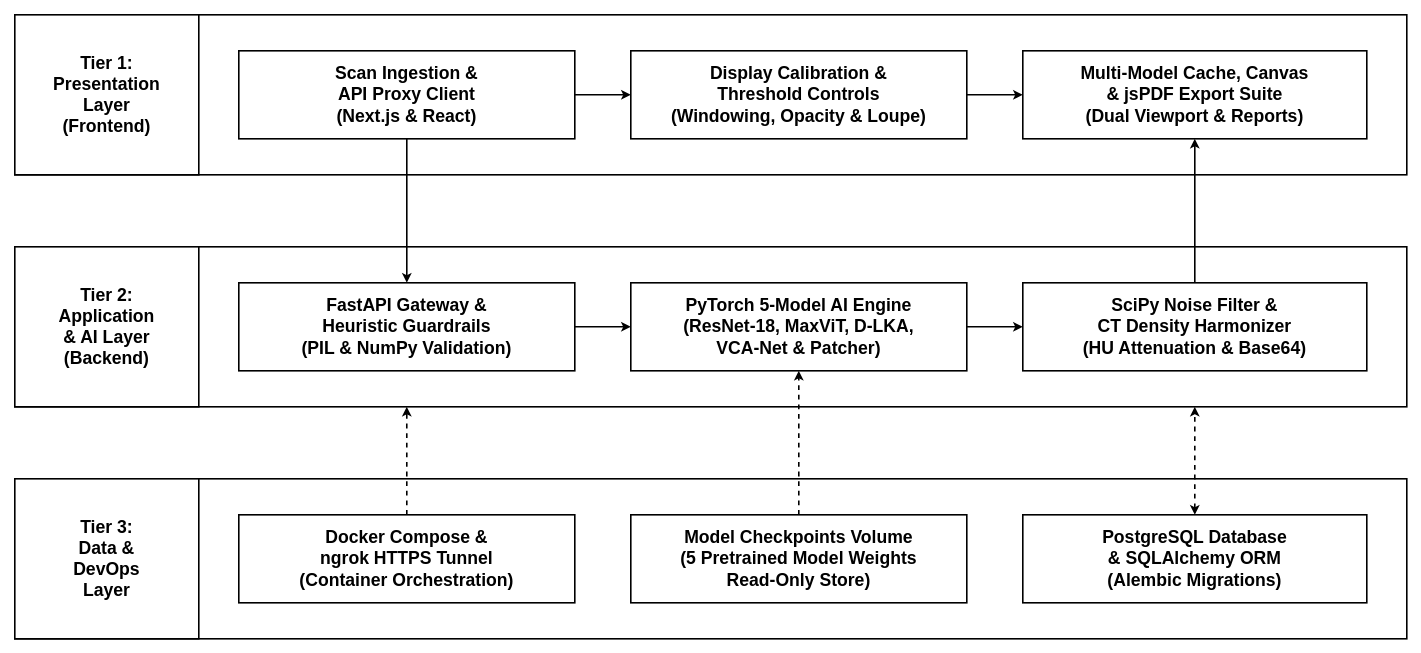
This is 04-nu-stroke-scan-master-architecture.drawio from Cell1991/nu-stroke-scan, a draw.io file, before an edit. Source tidied: cells renumbered, new cells numbered last; positions are measured from the earlier drawing's top-left corner, leaving out a move shared by most shapes. Both pictures are drawn from the tidied source at 80%, with x=0, y=0 at pixel (14, 14).
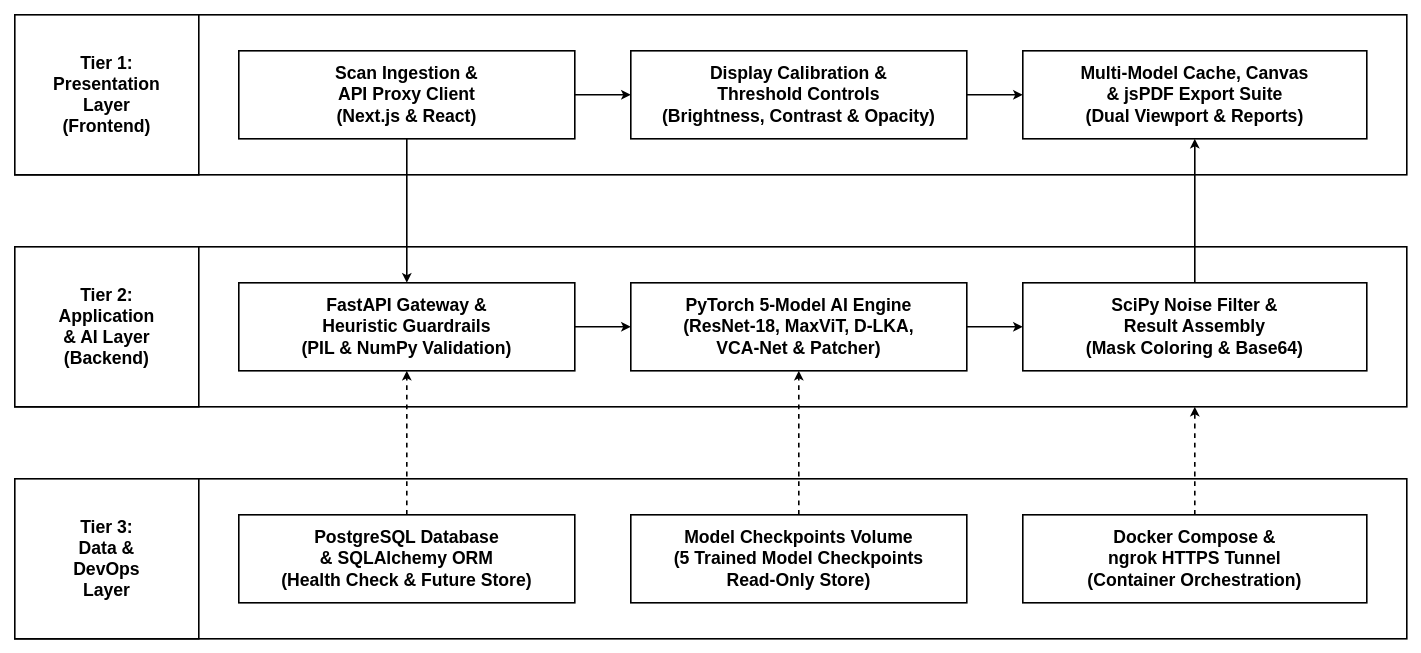
The same page after the edit.

The change refers to these unchanged cells:
```xml
<mxCell id="7" style="rounded=0;whiteSpace=wrap;html=1;fillColor=#FFFFFF;strokeColor=#000000;strokeWidth=2;" parent="1" vertex="1">
  <mxGeometry y="290" width="1740" height="200" as="geometry" />
</mxCell>
<mxCell id="9" value="FastAPI Gateway &amp;&#10;Heuristic Guardrails&#10;(PIL &amp; NumPy Validation)" style="rounded=0;whiteSpace=wrap;html=1;fillColor=#FFFFFF;strokeColor=#000000;strokeWidth=2;fontColor=#000000;fontFamily=Arial,Helvetica,sans-serif;fontStyle=1;fontSize=22;" parent="1" vertex="1">
  <mxGeometry x="280" y="335" width="420" height="110" as="geometry" />
</mxCell>
```

What changed in the source:
```diff
@@
-    <mxCell id="5" value="Display Calibration &amp;&#10;Threshold Controls&#10;(Windowing, Opacity &amp; Loupe)" style="rounded=0;whiteSpace=wrap;html=1;fillColor=#FFFFFF;strokeColor=#000000;strokeWidth=2;fontColor=#000000;fontFamily=Arial,Helvetica,sans-serif;fontStyle=1;fontSize=22;" parent="1" vertex="1">
+    <mxCell id="5" value="Display Calibration &amp;&#10;Threshold Controls&#10;(Brightness, Contrast &amp; Opacity)" style="rounded=0;whiteSpace=wrap;html=1;fillColor=#FFFFFF;strokeColor=#000000;strokeWidth=2;fontColor=#000000;fontFamily=Arial,Helvetica,sans-serif;fontStyle=1;fontSize=22;" parent="1" vertex="1">
       <mxGeometry x="770" y="45" width="420" height="110" as="geometry" />
     </mxCell>
@@
-    <mxCell id="11" value="SciPy Noise Filter &amp;&#10;CT Density Harmonizer&#10;(HU Attenuation &amp; Base64)" style="rounded=0;whiteSpace=wrap;html=1;fillColor=#FFFFFF;strokeColor=#000000;strokeWidth=2;fontColor=#000000;fontFamily=Arial,Helvetica,sans-serif;fontStyle=1;fontSize=22;" parent="1" vertex="1">
+    <mxCell id="11" value="SciPy Noise Filter &amp;&#10;Result Assembly&#10;(Mask Coloring &amp; Base64)" style="rounded=0;whiteSpace=wrap;html=1;fillColor=#FFFFFF;strokeColor=#000000;strokeWidth=2;fontColor=#000000;fontFamily=Arial,Helvetica,sans-serif;fontStyle=1;fontSize=22;" parent="1" vertex="1">
       <mxGeometry x="1260" y="335" width="430" height="110" as="geometry" />
     </mxCell>
@@
-    <mxCell id="14" value="Docker Compose &amp;&#10;ngrok HTTPS Tunnel&#10;(Container Orchestration)" style="rounded=0;whiteSpace=wrap;html=1;fillColor=#FFFFFF;strokeColor=#000000;strokeWidth=2;fontColor=#000000;fontFamily=Arial,Helvetica,sans-serif;fontStyle=1;fontSize=22;" parent="1" vertex="1">
+    <mxCell id="14" value="PostgreSQL Database&#10;&amp; SQLAlchemy ORM&#10;(Health Check &amp; Future Store)" style="rounded=0;whiteSpace=wrap;html=1;fillColor=#FFFFFF;strokeColor=#000000;strokeWidth=2;fontColor=#000000;fontFamily=Arial,Helvetica,sans-serif;fontStyle=1;fontSize=22;" parent="1" vertex="1">
       <mxGeometry x="280" y="625" width="420" height="110" as="geometry" />
     </mxCell>
-    <mxCell id="15" value="Model Checkpoints Volume&#10;(5 Pretrained Model Weights&#10;Read-Only Store)" style="rounded=0;whiteSpace=wrap;html=1;fillColor=#FFFFFF;strokeColor=#000000;strokeWidth=2;fontColor=#000000;fontFamily=Arial,Helvetica,sans-serif;fontStyle=1;fontSize=22;" parent="1" vertex="1">
+    <mxCell id="15" value="Model Checkpoints Volume&#10;(5 Trained Model Checkpoints&#10;Read-Only Store)" style="rounded=0;whiteSpace=wrap;html=1;fillColor=#FFFFFF;strokeColor=#000000;strokeWidth=2;fontColor=#000000;fontFamily=Arial,Helvetica,sans-serif;fontStyle=1;fontSize=22;" parent="1" vertex="1">
       <mxGeometry x="770" y="625" width="420" height="110" as="geometry" />
     </mxCell>
-    <mxCell id="16" value="PostgreSQL Database&#10;&amp; SQLAlchemy ORM&#10;(Alembic Migrations)" style="rounded=0;whiteSpace=wrap;html=1;fillColor=#FFFFFF;strokeColor=#000000;strokeWidth=2;fontColor=#000000;fontFamily=Arial,Helvetica,sans-serif;fontStyle=1;fontSize=22;" parent="1" vertex="1">
+    <mxCell id="16" value="Docker Compose &amp;&#10;ngrok HTTPS Tunnel&#10;(Container Orchestration)" style="rounded=0;whiteSpace=wrap;html=1;fillColor=#FFFFFF;strokeColor=#000000;strokeWidth=2;fontColor=#000000;fontFamily=Arial,Helvetica,sans-serif;fontStyle=1;fontSize=22;" parent="1" vertex="1">
       <mxGeometry x="1260" y="625" width="430" height="110" as="geometry" />
     </mxCell>
@@
-    <mxCell id="23" style="edgeStyle=orthogonalEdgeStyle;rounded=0;jettySize=auto;html=1;strokeColor=#000000;strokeWidth=2;dashed=1;exitX=0.5;exitY=0;exitDx=0;exitDy=0;entryX=0.2816;entryY=1;entryDx=0;entryDy=0;entryPerimeter=0;" parent="1" edge="1" source="14" target="7">
+    <mxCell id="23" style="edgeStyle=orthogonalEdgeStyle;rounded=0;jettySize=auto;html=1;strokeColor=#000000;strokeWidth=2;dashed=1;exitX=0.5;exitY=0;exitDx=0;exitDy=0;entryX=0.5;entryY=1;entryDx=0;entryDy=0;" parent="1" edge="1" source="14" target="9">
       <mxGeometry relative="1" as="geometry" />
     </mxCell>
@@
-    <mxCell id="25" style="edgeStyle=orthogonalEdgeStyle;rounded=0;jettySize=auto;html=1;strokeColor=#000000;strokeWidth=2;dashed=1;startArrow=classic;endArrow=classic;exitX=0.5;exitY=0;exitDx=0;exitDy=0;entryX=0.8477;entryY=1;entryDx=0;entryDy=0;entryPerimeter=0;" parent="1" edge="1" source="16" target="7">
+    <mxCell id="25" style="edgeStyle=orthogonalEdgeStyle;rounded=0;jettySize=auto;html=1;strokeColor=#000000;strokeWidth=2;dashed=1;exitX=0.5;exitY=0;exitDx=0;exitDy=0;entryX=0.8477;entryY=1;entryDx=0;entryDy=0;entryPerimeter=0;" parent="1" edge="1" source="16" target="7">
       <mxGeometry relative="1" as="geometry" />
     </mxCell>
```
